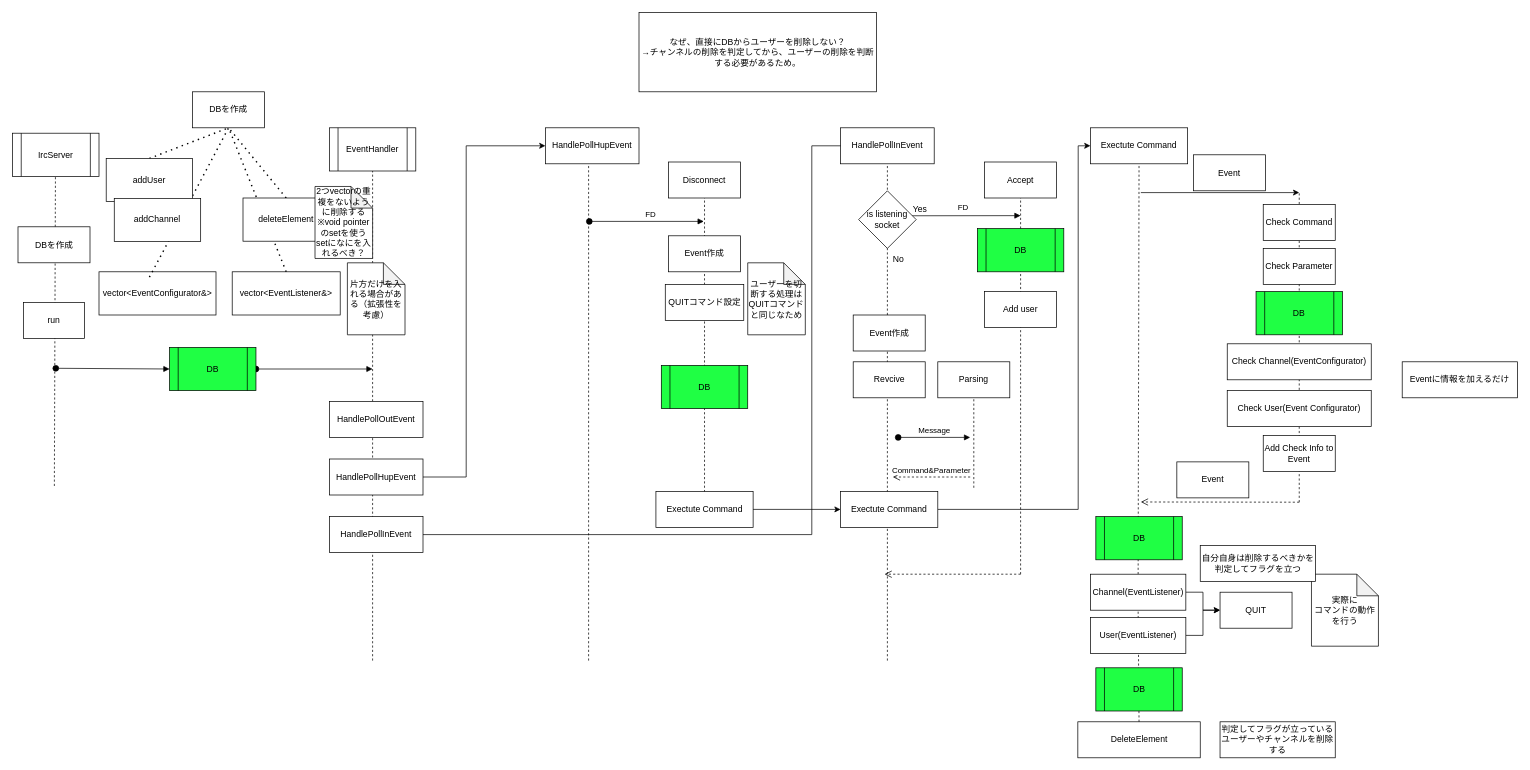
IRC-WIR/ft_irc keeps this draw.io diagram as docs/Untitled Diagram.drawio. Above is the earlier version. Source tidied: cells renumbered, new cells numbered last; positions are measured from the earlier drawing's top-left corner, leaving out a move shared by most shapes. Both pictures are drawn from the tidied source at 72%, with x=0, y=0 at pixel (12, 12).
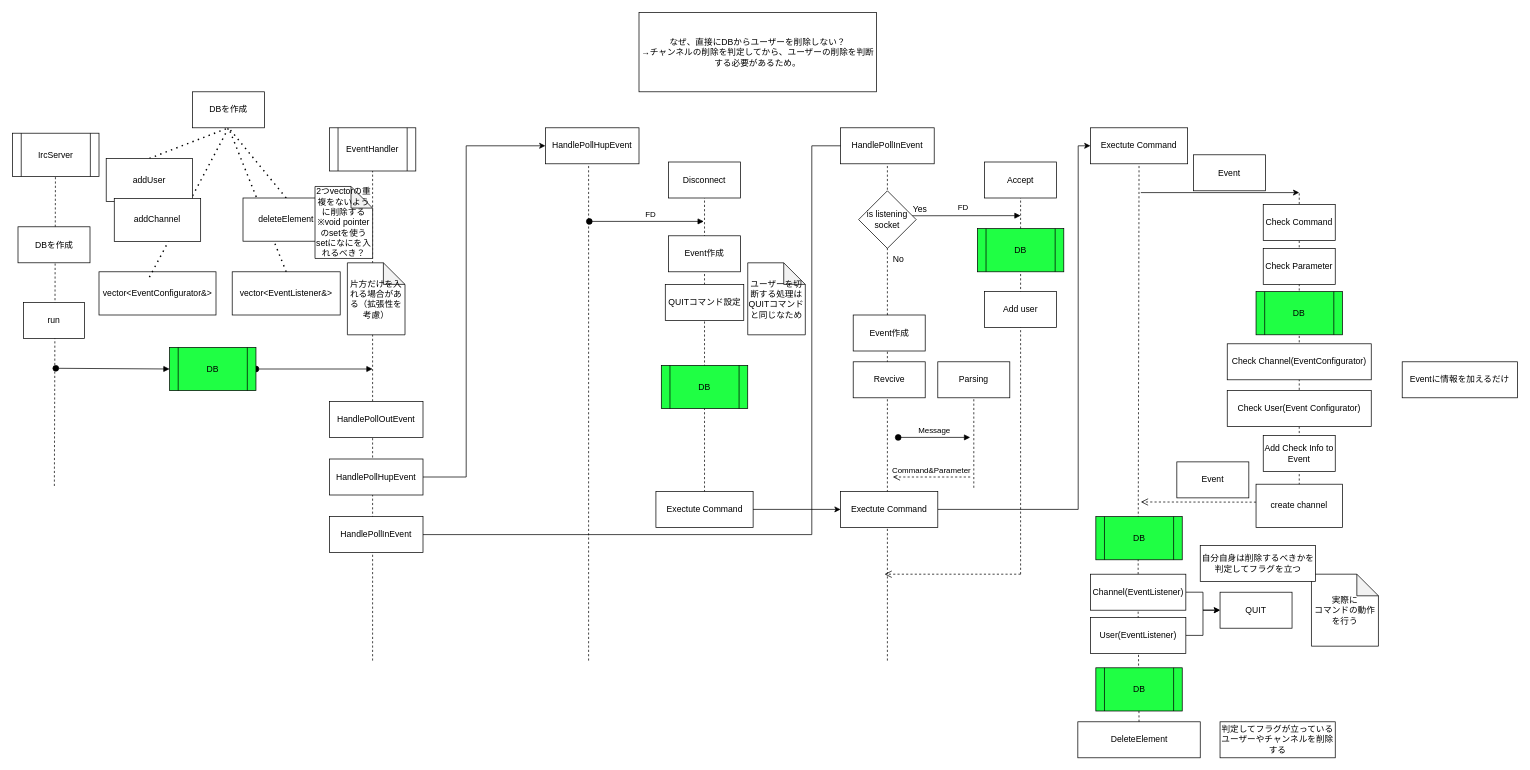
After the change.

Commit message:
Untitled Diagram.drawio を更新します

Diff of the diagram source:
```diff
@@
+    <mxCell id="85" value="create channel" style="rounded=0;whiteSpace=wrap;html=1;" parent="1" vertex="1">
+      <mxGeometry x="1727" y="655" width="120" height="60" as="geometry" />
+    </mxCell>
```
